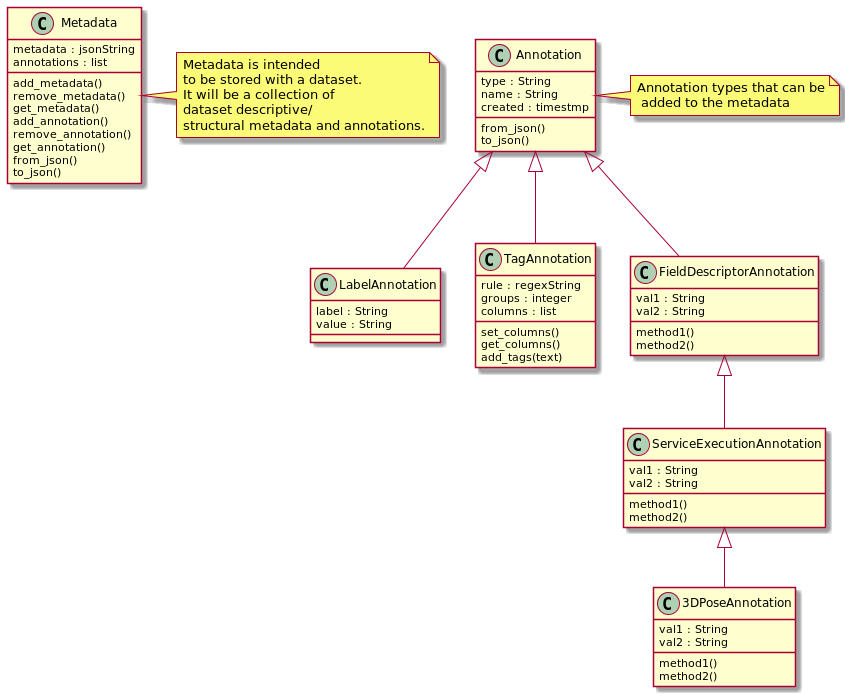
Above: docs/data_manager_metadata.png in InformaticsMatters/squonk2-data-manager-metadata (PlantUML), before the change. Its diagram source:
```plantuml
@startuml
class Metadata {
    metadata : jsonString
    annotations : list
    add_metadata()
    remove_metadata()
    get_metadata()
    add_annotation()
    remove_annotation()
    get_annotation()
    from_json()
    to_json()
}
note right: Metadata is intended\nto be stored with a dataset.\nIt will be a collection of\ndataset descriptive/\nstructural metadata and annotations.

class Annotation {
    type : String
    name : String
    created : timestmp
    from_json()
    to_json()
}
note right: Annotation types that can be\n added to the metadata

class LabelAnnotation {
    label : String
    value : String
}

class TagAnnotation {
    rule : regexString
    groups : integer
    columns : list
    set_columns()
    get_columns()
    add_tags(text)
}

class FieldDescriptorAnnotation {
    val1 : String
    val2 : String
    method1()
    method2()
}

class ServiceExecutionAnnotation {
    val1 : String
    val2 : String
    method1()
    method2()
}

class 3DPoseAnnotation {
    val1 : String
    val2 : String
    method1()
    method2()
}

Annotation <|-- LabelAnnotation
Annotation <|-- TagAnnotation
Annotation <|-- FieldDescriptorAnnotation
FieldDescriptorAnnotation <|-- ServiceExecutionAnnotation
ServiceExecutionAnnotation <|-- 3DPoseAnnotation
@enduml
```
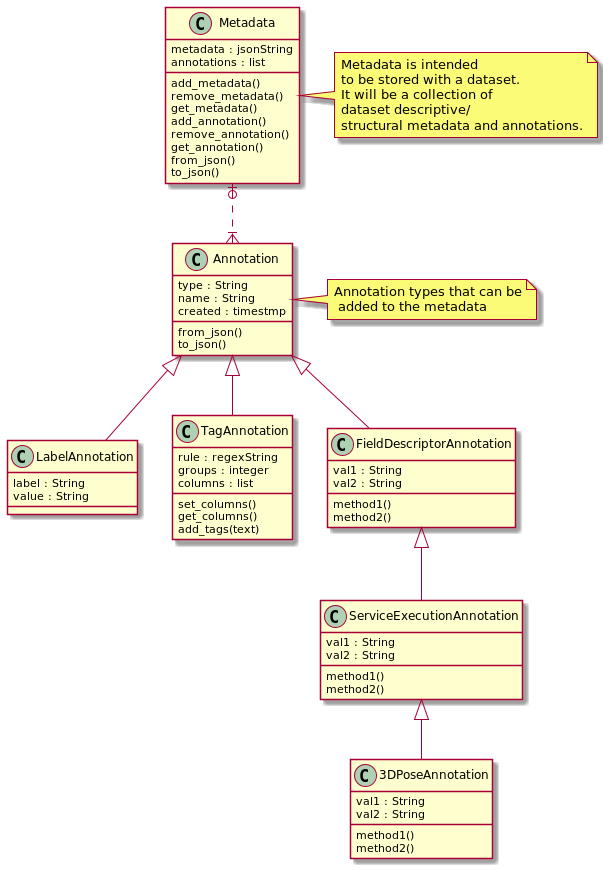
The same diagram one commit later.

What changed in the source:
```diff
@@ -57,6 +57,7 @@
     method2()
 }
 
+Metadata  |o..|{   Annotation
 Annotation <|-- LabelAnnotation
 Annotation <|-- TagAnnotation
 Annotation <|-- FieldDescriptorAnnotation
```
